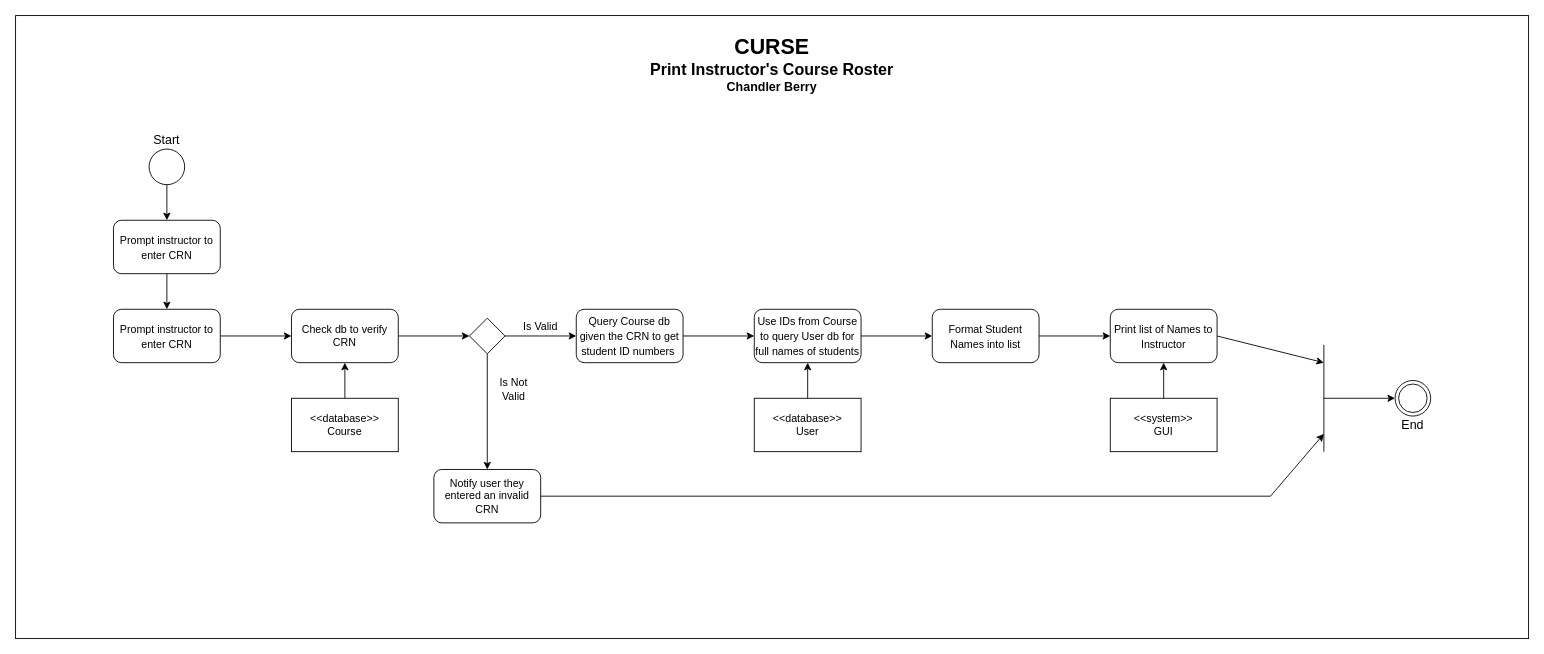
stpilks99/APC-Assignment-5 keeps this draw.io diagram as models/PrintCourseRoster.drawio. Above is the earlier version. Source tidied: cells renumbered, new cells numbered last; positions are measured from the earlier drawing's top-left corner, leaving out a move shared by most shapes. Both pictures are drawn from the tidied source at 89%, with x=0, y=0 at pixel (15, 15).
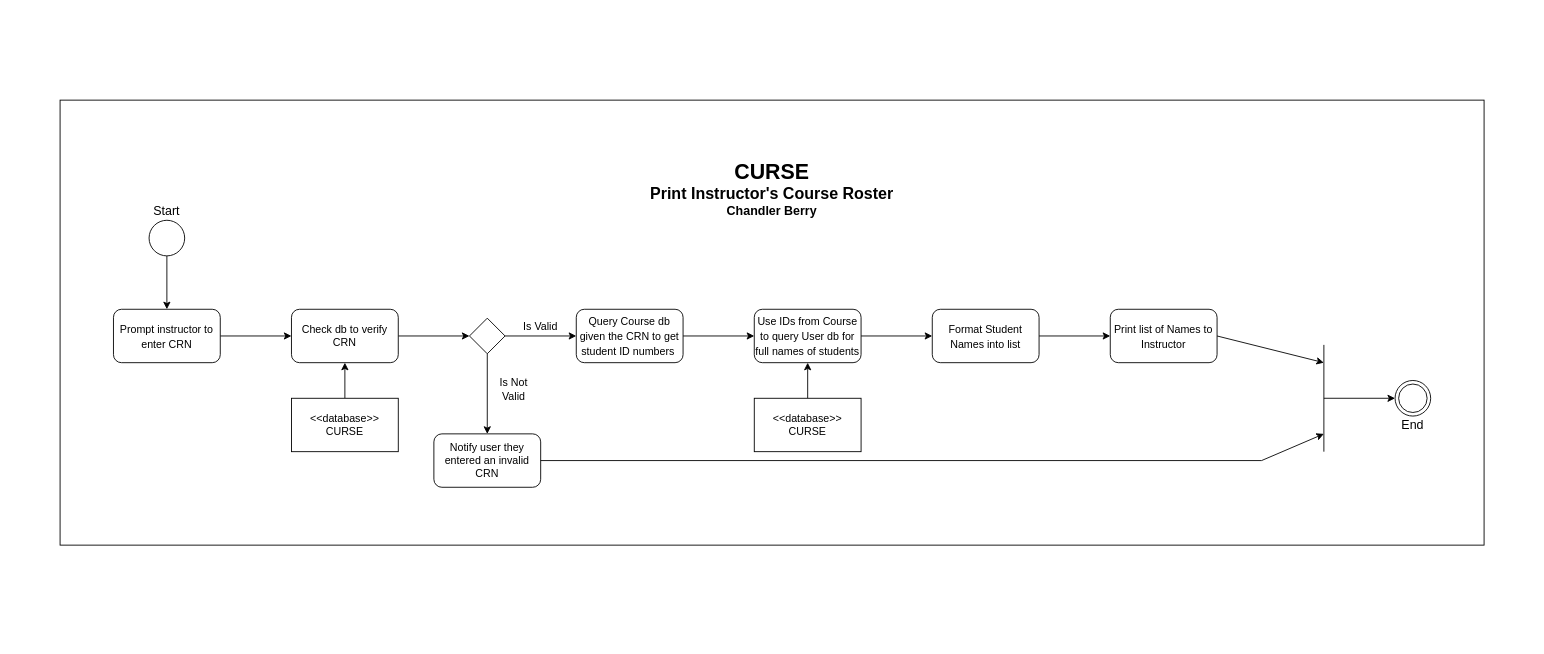
The same page after the edit.

Commit message:
Updated Print Course Roster to Instructor model

The change refers to these unchanged cells:
```xml
<mxCell id="9" value="&lt;font style=&quot;font-size: 12px&quot;&gt;Prompt instructor to enter CRN&lt;/font&gt;" style="rounded=1;whiteSpace=wrap;html=1;fontSize=14;" parent="1" vertex="1">
  <mxGeometry x="110" y="330" width="120" height="60" as="geometry" />
</mxCell>
<mxCell id="16" value="&lt;span style=&quot;font-size: 12px&quot;&gt;Print list of Names to Instructor&lt;/span&gt;" style="rounded=1;whiteSpace=wrap;html=1;fontSize=14;" parent="1" vertex="1">
  <mxGeometry x="1230" y="330" width="120" height="60" as="geometry" />
</mxCell>
```

The edit, as a diff of the source:
```diff
@@
-    <mxCell id="2" style="rounded=0;whiteSpace=wrap;html=1;fontSize=14;" parent="1" vertex="1">
-      <mxGeometry width="1700" height="700" as="geometry" />
-    </mxCell>
+    <mxCell id="39" style="rounded=0;whiteSpace=wrap;html=1;" parent="1" vertex="1">
+      <mxGeometry x="50" y="95" width="1600" height="500" as="geometry" />
+    </mxCell>
-    <mxCell id="3" style="edgeStyle=orthogonalEdgeStyle;rounded=0;jettySize=auto;html=1;fontSize=12;" parent="1" edge="1" source="4" target="26">
+    <mxCell id="3" style="edgeStyle=orthogonalEdgeStyle;rounded=0;jettySize=auto;html=1;fontSize=12;entryX=0.5;entryY=0;entryDx=0;entryDy=0;" parent="1" edge="1" source="4" target="9">
       <mxGeometry relative="1" as="geometry" />
     </mxCell>
     <mxCell id="4" style="ellipse;whiteSpace=wrap;html=1;" parent="1" vertex="1">
-      <mxGeometry x="150" y="150" width="40" height="40" as="geometry" />
+      <mxGeometry x="150" y="230" width="40" height="40" as="geometry" />
     </mxCell>
@@
     <mxCell id="6" value="&lt;b&gt;&lt;span style=&quot;font-size: 24px&quot;&gt;CURSE&lt;/span&gt;&lt;br&gt;&lt;font&gt;&lt;span style=&quot;font-size: 18px&quot;&gt;Print Instructor's Course Roster&lt;/span&gt;&lt;br&gt;&lt;font style=&quot;font-size: 14px&quot;&gt;Chandler Berry&lt;/font&gt;&lt;br&gt;&lt;/font&gt;&lt;/b&gt;" style="text;html=1;strokeColor=none;fillColor=none;align=center;verticalAlign=middle;whiteSpace=wrap;rounded=0;" parent="1" vertex="1">
-      <mxGeometry x="590" y="20" width="520" height="70" as="geometry" />
+      <mxGeometry x="590" y="160" width="520" height="70" as="geometry" />
     </mxCell>
     <mxCell id="7" value="Start" style="text;html=1;strokeColor=none;fillColor=none;align=center;verticalAlign=middle;whiteSpace=wrap;rounded=0;fontSize=14;" parent="1" vertex="1">
-      <mxGeometry x="150" y="130" width="40" height="20" as="geometry" />
+      <mxGeometry x="150" y="210" width="40" height="20" as="geometry" />
     </mxCell>
@@
-    <mxCell id="18" value="&amp;lt;&amp;lt;database&amp;gt;&amp;gt;&lt;br&gt;Course" style="rounded=0;whiteSpace=wrap;html=1;fontSize=12;" parent="1" vertex="1">
+    <mxCell id="18" value="&amp;lt;&amp;lt;database&amp;gt;&amp;gt;&lt;br&gt;CURSE" style="rounded=0;whiteSpace=wrap;html=1;fontSize=12;" parent="1" vertex="1">
       <mxGeometry x="310" y="430" width="120" height="60" as="geometry" />
     </mxCell>
@@
-    <mxCell id="25" style="edgeStyle=orthogonalEdgeStyle;rounded=0;jettySize=auto;html=1;fontSize=12;" parent="1" edge="1" source="26" target="9">
-      <mxGeometry relative="1" as="geometry" />
-    </mxCell>
-    <mxCell id="26" value="&lt;font style=&quot;font-size: 12px&quot;&gt;Prompt instructor to enter CRN&lt;/font&gt;" style="rounded=1;whiteSpace=wrap;html=1;fontSize=14;" parent="1" vertex="1">
-      <mxGeometry x="110" y="230" width="120" height="60" as="geometry" />
-    </mxCell>
     <mxCell id="27" value="Notify user they entered an invalid CRN" style="rounded=1;whiteSpace=wrap;html=1;fontSize=12;" parent="1" vertex="1">
-      <mxGeometry x="470" y="510" width="120" height="60" as="geometry" />
+      <mxGeometry x="470" y="470" width="120" height="60" as="geometry" />
     </mxCell>
@@
-    <mxCell id="30" value="&amp;lt;&amp;lt;database&amp;gt;&amp;gt;&lt;br&gt;User" style="rounded=0;whiteSpace=wrap;html=1;fontSize=12;" parent="1" vertex="1">
+    <mxCell id="30" value="&amp;lt;&amp;lt;database&amp;gt;&amp;gt;&lt;br&gt;CURSE" style="rounded=0;whiteSpace=wrap;html=1;fontSize=12;" parent="1" vertex="1">
       <mxGeometry x="830" y="430" width="120" height="60" as="geometry" />
     </mxCell>
-    <mxCell id="31" style="edgeStyle=orthogonalEdgeStyle;rounded=0;jettySize=auto;html=1;endArrow=classic;endFill=1;fontSize=12;" parent="1" edge="1" source="32" target="16">
-      <mxGeometry relative="1" as="geometry" />
-    </mxCell>
-    <mxCell id="32" value="&amp;lt;&amp;lt;system&amp;gt;&amp;gt;&lt;br&gt;GUI" style="rounded=0;whiteSpace=wrap;html=1;fontSize=12;" parent="1" vertex="1">
-      <mxGeometry x="1230" y="430" width="120" height="60" as="geometry" />
-    </mxCell>
     <mxCell id="33" style="endArrow=none;html=1;fontSize=12;exitX=1;exitY=0.5;exitDx=0;exitDy=0;" parent="1" edge="1" source="27">
       <mxGeometry relative="1" as="geometry">
-        <mxPoint x="1410" y="540" as="targetPoint" />
+        <mxPoint x="1400" y="500" as="targetPoint" />
       </mxGeometry>
     </mxCell>
@@
     <mxCell id="35" style="endArrow=classic;html=1;fontSize=12;" parent="1" edge="1">
       <mxGeometry relative="1" as="geometry">
-        <mxPoint x="1410" y="540" as="sourcePoint" />
+        <mxPoint x="1400" y="500" as="sourcePoint" />
         <mxPoint x="1470" y="470" as="targetPoint" />
       </mxGeometry>
     </mxCell>
```
